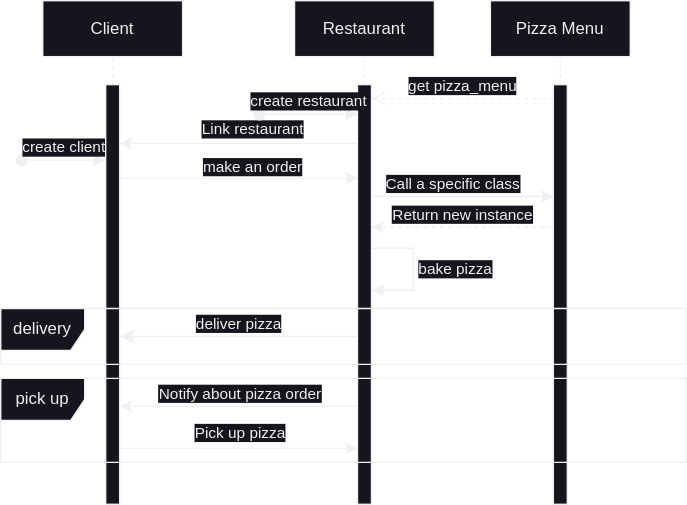
The draw.io diagram pictures/order_pizza_sequence.drawio.svg in pyrogn/pizza_test, before a commit. Source tidied: cells renumbered, new cells last; positions are measured from the earlier drawing's top-left corner, leaving out a move shared by most shapes.
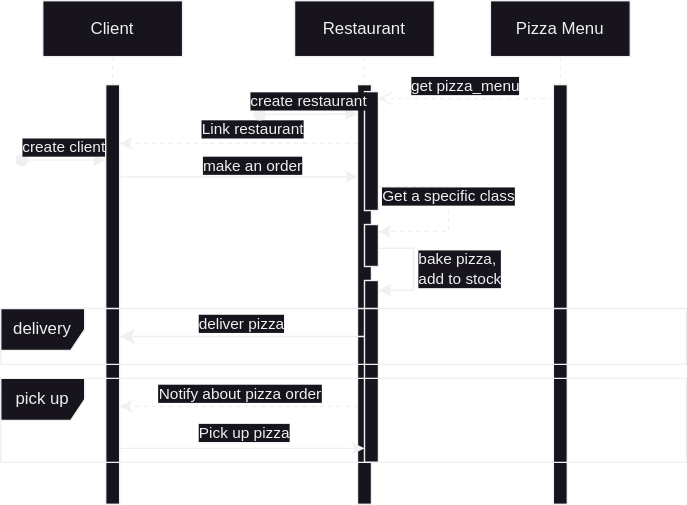
Later version of the same file.

Commit message:
Yeah, more arrows and complexity in diagrams

Diff of the diagram source:
```diff
@@ -8,7 +8,7 @@
     <mxCell id="3" style="html=1;points=[];perimeter=orthogonalPerimeter;outlineConnect=0;targetShapes=umlLifeline;portConstraint=eastwest;newEdgeStyle={&quot;edgeStyle&quot;:&quot;elbowEdgeStyle&quot;,&quot;elbow&quot;:&quot;vertical&quot;,&quot;curved&quot;:0,&quot;rounded&quot;:0};" parent="2" vertex="1">
       <mxGeometry x="45" y="60" width="10" height="300" as="geometry" />
     </mxCell>
-    <mxCell id="4" value="create client" style="html=1;verticalAlign=bottom;startArrow=oval;endArrow=block;startSize=8;edgeStyle=elbowEdgeStyle;elbow=vertical;curved=0;rounded=0;" parent="2" edge="1">
+    <mxCell id="4" value="create client" style="html=1;verticalAlign=bottom;startArrow=oval;endArrow=block;startSize=8;edgeStyle=elbowEdgeStyle;elbow=vertical;curved=0;rounded=0;align=center;" parent="2" edge="1">
       <mxGeometry relative="1" as="geometry">
         <mxPoint x="-15" y="114" as="sourcePoint" />
         <mxPoint x="45" y="114.2" as="targetPoint" />
@@ -20,17 +20,33 @@
     <mxCell id="6" style="html=1;points=[];perimeter=orthogonalPerimeter;outlineConnect=0;targetShapes=umlLifeline;portConstraint=eastwest;newEdgeStyle={&quot;edgeStyle&quot;:&quot;elbowEdgeStyle&quot;,&quot;elbow&quot;:&quot;vertical&quot;,&quot;curved&quot;:0,&quot;rounded&quot;:0};" parent="5" vertex="1">
       <mxGeometry x="45" y="60" width="10" height="300" as="geometry" />
     </mxCell>
-    <mxCell id="7" value="bake pizza" style="html=1;align=left;spacingLeft=2;endArrow=block;rounded=0;edgeStyle=orthogonalEdgeStyle;curved=0;rounded=0;" parent="5" edge="1">
+    <mxCell id="7" value="bake pizza,&lt;br&gt;add to stock" style="html=1;align=left;spacingLeft=2;endArrow=block;rounded=0;edgeStyle=orthogonalEdgeStyle;curved=0;rounded=0;" parent="5" edge="1" source="28" target="27">
       <mxGeometry relative="1" as="geometry">
-        <mxPoint x="55" y="177" as="sourcePoint" />
-        <mxPoint x="55" y="207" as="targetPoint" />
         <Array as="points">
           <mxPoint x="85" y="177" />
           <mxPoint x="85" y="207" />
         </Array>
       </mxGeometry>
     </mxCell>
+    <mxCell id="26" style="html=1;points=[[0,0,0,0,5],[0,1,0,0,-5],[1,0,0,0,5],[1,1,0,0,-5]];perimeter=orthogonalPerimeter;outlineConnect=0;targetShapes=umlLifeline;portConstraint=eastwest;newEdgeStyle={&quot;curved&quot;:0,&quot;rounded&quot;:0};" parent="5" vertex="1">
+      <mxGeometry x="50" y="65" width="10" height="85" as="geometry" />
+    </mxCell>
+    <mxCell id="23" value="Get a specific class" style="endArrow=classic;dashed=1;html=1;rounded=0;verticalAlign=bottom;endFill=1;strokeWidth=1;edgeStyle=orthogonalEdgeStyle;entryX=1;entryY=0;entryDx=0;entryDy=5;entryPerimeter=0;" parent="5" edge="1" target="28">
+      <mxGeometry relative="1" as="geometry">
+        <mxPoint x="60" y="133" as="sourcePoint" />
+        <Array as="points">
+          <mxPoint x="110" y="133" />
+          <mxPoint x="110" y="165" />
+        </Array>
+      </mxGeometry>
+    </mxCell>
+    <mxCell id="27" style="html=1;points=[[0,0,0,0,5],[0,1,0,0,-5],[1,0,0,0,5],[1,1,0,0,-5]];perimeter=orthogonalPerimeter;outlineConnect=0;targetShapes=umlLifeline;portConstraint=eastwest;newEdgeStyle={&quot;curved&quot;:0,&quot;rounded&quot;:0};" parent="5" vertex="1">
+      <mxGeometry x="50" y="200" width="10" height="130" as="geometry" />
+    </mxCell>
+    <mxCell id="28" style="html=1;points=[[0,0,0,0,5],[0,1,0,0,-5],[1,0,0,0,5],[1,1,0,0,-5]];perimeter=orthogonalPerimeter;outlineConnect=0;targetShapes=umlLifeline;portConstraint=eastwest;newEdgeStyle={&quot;curved&quot;:0,&quot;rounded&quot;:0};" parent="5" vertex="1">
+      <mxGeometry x="50" y="160" width="10" height="30" as="geometry" />
+    </mxCell>
-    <mxCell id="8" value="deliver pizza" style="html=1;verticalAlign=bottom;endArrow=classic;endSize=8;edgeStyle=elbowEdgeStyle;elbow=vertical;curved=0;rounded=0;endFill=1;" parent="1" edge="1" source="6" target="3">
+    <mxCell id="8" value="deliver pizza" style="html=1;verticalAlign=bottom;endArrow=classic;endSize=8;edgeStyle=elbowEdgeStyle;elbow=vertical;curved=0;rounded=0;endFill=1;" parent="1" edge="1" source="27" target="3">
       <mxGeometry relative="1" as="geometry">
         <Array as="points">
           <mxPoint x="180" y="240" />
@@ -43,7 +59,7 @@
     <mxCell id="10" style="html=1;perimeter=orthogonalPerimeter;targetShapes=umlLifeline;newEdgeStyle={&quot;edgeStyle&quot;:&quot;elbowEdgeStyle&quot;,&quot;elbow&quot;:&quot;vertical&quot;,&quot;curved&quot;:0,&quot;rounded&quot;:0};" parent="9" vertex="1">
       <mxGeometry x="45" y="60" width="10" height="300" as="geometry" />
     </mxCell>
-    <mxCell id="11" style="endArrow=classic;html=1;rounded=0;verticalAlign=bottom;" parent="1" edge="1">
+    <mxCell id="11" style="endArrow=classic;html=1;rounded=0;verticalAlign=bottom;dashed=1;" parent="1" edge="1">
       <mxGeometry relative="1" as="geometry">
         <mxPoint x="255" y="102" as="sourcePoint" />
         <mxPoint x="85" y="102" as="targetPoint" />
@@ -54,8 +70,8 @@
     </mxCell>
     <mxCell id="13" style="endArrow=classic;html=1;rounded=0;verticalAlign=bottom;" parent="1" edge="1">
       <mxGeometry relative="1" as="geometry">
-        <mxPoint x="85" y="127" as="sourcePoint" />
-        <mxPoint x="255" y="127" as="targetPoint" />
+        <mxPoint x="85" y="126" as="sourcePoint" />
+        <mxPoint x="255" y="126" as="targetPoint" />
       </mxGeometry>
     </mxCell>
     <mxCell id="14" value="make an order" style="edgeLabel;html=1;align=center;verticalAlign=bottom;" parent="13" vertex="1">
@@ -63,15 +79,7 @@
         <mxPoint x="-11" as="offset" />
       </mxGeometry>
     </mxCell>
-    <mxCell id="15" style="endArrow=classic;html=1;rounded=0;" parent="1" edge="1" source="6">
-      <mxGeometry relative="1" as="geometry">
-        <mxPoint x="395" y="140" as="targetPoint" />
-      </mxGeometry>
-    </mxCell>
-    <mxCell id="16" value="Call a specific class" style="edgeLabel;html=1;align=center;verticalAlign=bottom;" parent="15" vertex="1">
-      <mxGeometry x="-0.12" y="1" relative="1" as="geometry" />
-    </mxCell>
-    <mxCell id="17" style="endArrow=classic;html=1;rounded=0;" parent="1" edge="1">
+    <mxCell id="17" style="endArrow=classic;html=1;rounded=0;dashed=1;" parent="1" edge="1">
       <mxGeometry relative="1" as="geometry">
         <mxPoint x="255" y="290" as="sourcePoint" />
         <mxPoint x="85" y="290" as="targetPoint" />
@@ -82,10 +90,9 @@
         <mxPoint x="12" y="-8" as="offset" />
       </mxGeometry>
     </mxCell>
-    <mxCell id="19" style="endArrow=classic;html=1;rounded=0;" parent="1" edge="1">
+    <mxCell id="19" style="endArrow=classic;html=1;rounded=0;" parent="1" edge="1" target="27">
       <mxGeometry relative="1" as="geometry">
         <mxPoint x="85" y="320" as="sourcePoint" />
-        <mxPoint x="255" y="320" as="targetPoint" />
       </mxGeometry>
     </mxCell>
     <mxCell id="20" value="Pick up pizza" style="edgeLabel;html=1;align=center;verticalAlign=bottom;" parent="19" vertex="1">
@@ -99,22 +106,15 @@
     <mxCell id="22" value="pick up" style="shape=umlFrame;whiteSpace=wrap;html=1;" parent="1" vertex="1">
       <mxGeometry y="270" width="490" height="60" as="geometry" />
     </mxCell>
-    <mxCell id="23" value="Return new instance" style="endArrow=classic;dashed=1;html=1;rounded=0;verticalAlign=bottom;endFill=1;strokeWidth=1;" parent="1" edge="1">
-      <mxGeometry relative="1" as="geometry">
-        <mxPoint x="395" y="162" as="sourcePoint" />
-        <mxPoint x="265" y="162" as="targetPoint" />
-      </mxGeometry>
-    </mxCell>
     <mxCell id="24" value="create restaurant" style="html=1;verticalAlign=bottom;startArrow=oval;endArrow=block;startSize=8;edgeStyle=elbowEdgeStyle;elbow=vertical;curved=0;rounded=0;" parent="1" edge="1">
       <mxGeometry relative="1" as="geometry">
         <mxPoint x="185" y="81.2" as="sourcePoint" />
         <mxPoint x="255" y="81" as="targetPoint" />
       </mxGeometry>
     </mxCell>
-    <mxCell id="25" value="get pizza_menu" style="html=1;verticalAlign=bottom;endArrow=open;dashed=1;endSize=8;edgeStyle=elbowEdgeStyle;elbow=vertical;curved=0;rounded=0;" parent="1" edge="1">
+    <mxCell id="25" value="get pizza_menu" style="html=1;verticalAlign=bottom;endArrow=open;dashed=1;endSize=8;edgeStyle=elbowEdgeStyle;elbow=vertical;curved=0;rounded=0;entryX=1;entryY=0;entryDx=0;entryDy=5;entryPerimeter=0;" parent="1" edge="1" target="26">
       <mxGeometry relative="1" as="geometry">
         <mxPoint x="395" y="70" as="sourcePoint" />
-        <mxPoint x="265" y="70" as="targetPoint" />
       </mxGeometry>
     </mxCell>
   </root>
```
